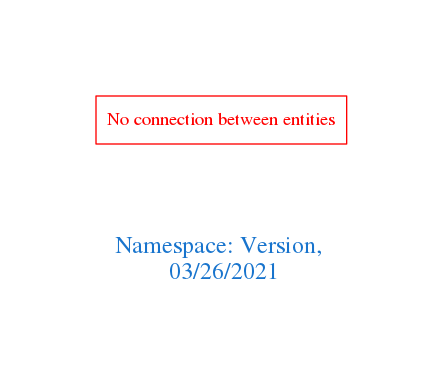
The Graphviz diagram downloads/Version.png in arago/OGIT, before a commit. Its source is kept beside it as downloads/Version.dot.
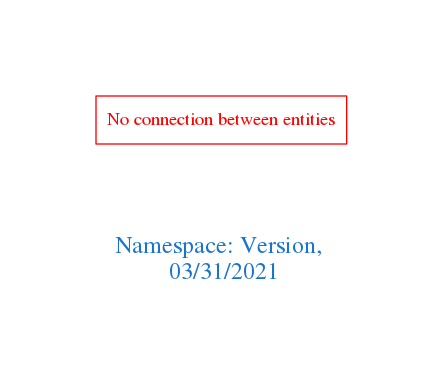
After the change.

Change to the diagram source:
```diff
@@ -1,7 +1,7 @@
 digraph OGIT_ontology {
  graph [ rankdir= LR,pad=1
 fontsize = 18,
-fontcolor= dodgerblue3,label = "\n\n\nNamespace: Version, \n 03/26/2021"];
+fontcolor= dodgerblue3,label = "\n\n\nNamespace: Version, \n 03/31/2021"];
 node[shape=polygon];
 edge [  color="gray81"];
 
```
